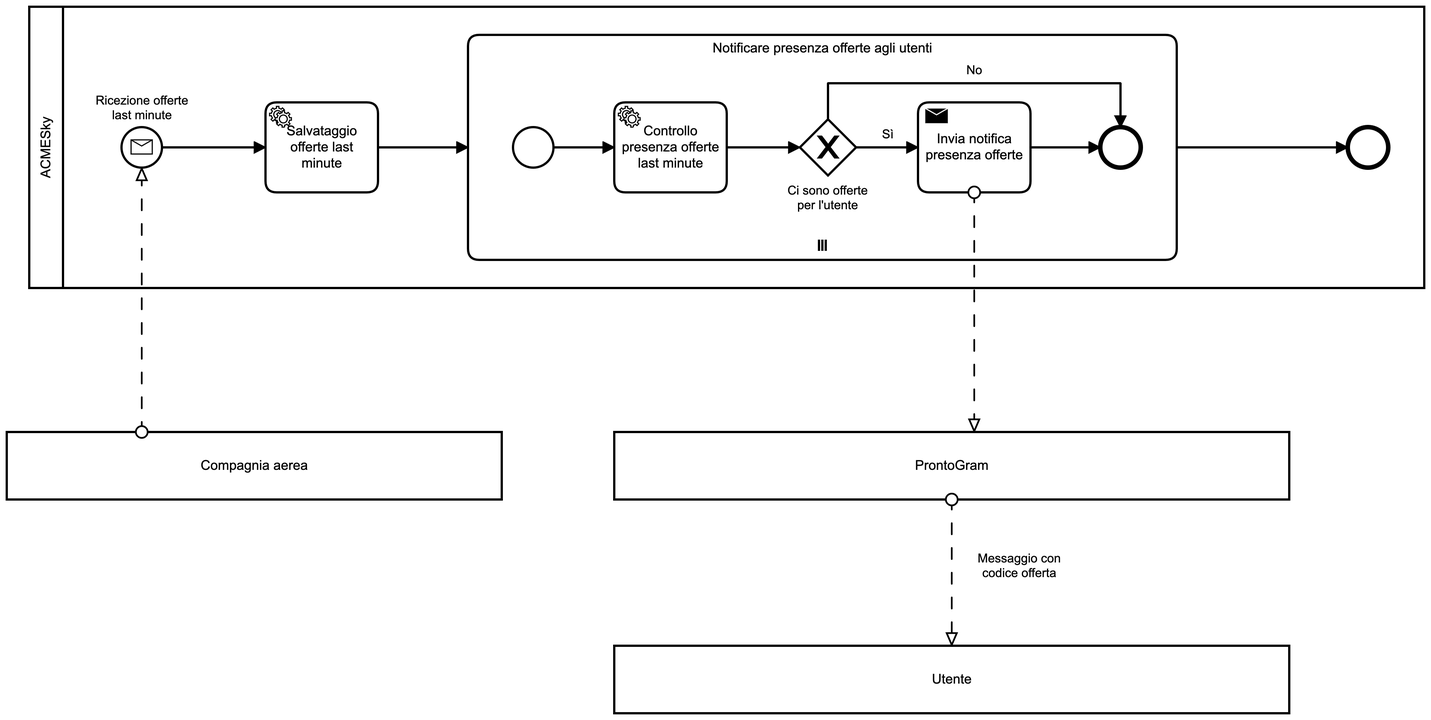
Before: docs/assets/bpmn/NotificaVoliLastMinute.png, a diagram exported from BPMN (sosengers/project-documentation). Its source is kept beside it as docs/assets/NotificaVoliLastMinute.bpmn. Ids are renumbered.
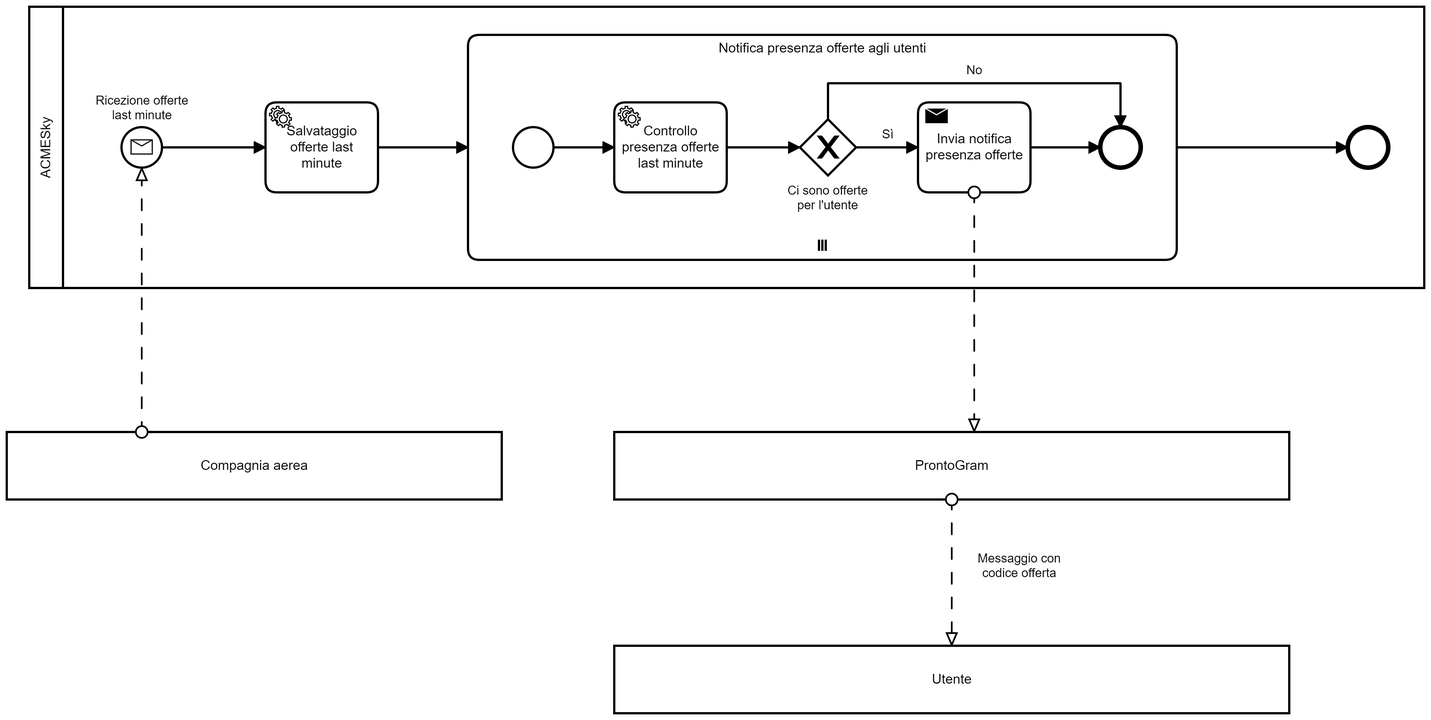
Above is the later version.

Commit message:
Fix a diagrammi BPMN (esportate nuove immagini)

Diff of the diagram source:
```diff
@@ -16,7 +16,7 @@
     <bpmn:endEvent id="Event_n14">
       <bpmn:incoming>Flow_n15</bpmn:incoming>
     </bpmn:endEvent>
-    <bpmn:subProcess id="Activity_n16" name="Notificare presenza offerte agli utenti">
+    <bpmn:subProcess id="Activity_n16" name="Notifica presenza offerte agli utenti">
       <bpmn:incoming>Flow_n17</bpmn:incoming>
       <bpmn:outgoing>Flow_n15</bpmn:outgoing>
       <bpmn:multiInstanceLoopCharacteristics />
@@ -80,9 +80,6 @@
       <bpmndi:BPMNShape id="Event_n14_di" bpmnElement="Event_n14">
         <dc:Bounds x="1352" y="159" width="36" height="36" />
       </bpmndi:BPMNShape>
-      <bpmndi:BPMNShape id="Activity_1wvb2n1_di" bpmnElement="Activity_n27">
-        <dc:Bounds x="390" y="137" width="100" height="80" />
-      </bpmndi:BPMNShape>
       <bpmndi:BPMNShape id="Activity_n16_di" bpmnElement="Activity_n16" isExpanded="true">
         <dc:Bounds x="570" y="77" width="630" height="200" />
       </bpmndi:BPMNShape>
@@ -132,6 +129,9 @@
       <bpmndi:BPMNShape id="Activity_00c4pz5_di" bpmnElement="Activity_n26">
         <dc:Bounds x="700" y="137" width="100" height="80" />
       </bpmndi:BPMNShape>
+      <bpmndi:BPMNShape id="Activity_1wvb2n1_di" bpmnElement="Activity_n27">
+        <dc:Bounds x="390" y="137" width="100" height="80" />
+      </bpmndi:BPMNShape>
       <bpmndi:BPMNShape id="Participant_n5_di" bpmnElement="Participant_n5" isHorizontal="true">
         <dc:Bounds x="160" y="430" width="440" height="60" />
       </bpmndi:BPMNShape>
```
